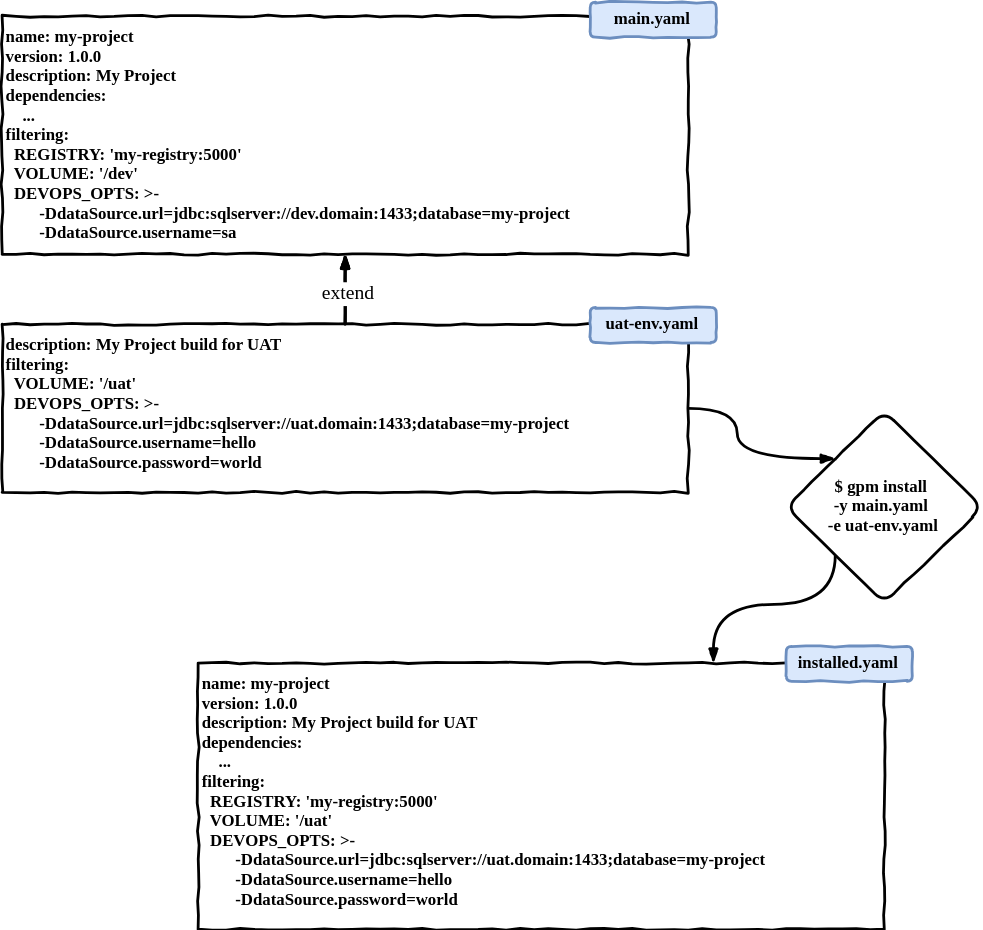
softleader/git-package-manager keeps this draw.io diagram as doc/extend.svg. Above is the earlier version. Source tidied: cells renumbered, new cells last; positions are measured from the earlier drawing's top-left corner, leaving out a move shared by most shapes.
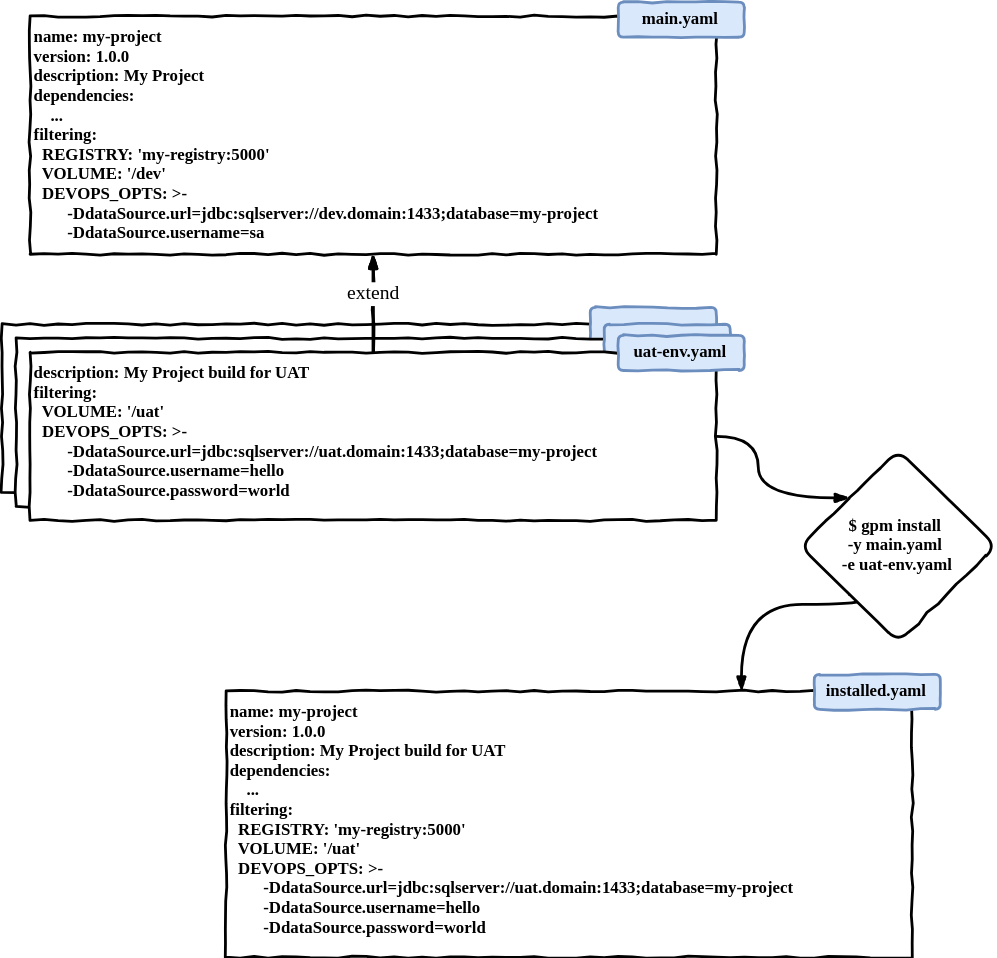
The same file after the commit.

Change to the diagram source:
```diff
@@ -2,19 +2,37 @@
   <root>
     <mxCell id="0" />
     <mxCell id="1" parent="0" />
+    <mxCell id="16" style="group;" parent="1" vertex="1">
+      <mxGeometry x="15" y="218" width="510" height="132" as="geometry" />
+    </mxCell>
+    <mxCell id="17" style="comic=1;strokeWidth=2;fontFamily=Comic Sans MS;fontStyle=1;rounded=0;shadow=0;glass=0;fillColor=#ffffff;gradientColor=none;align=left;verticalAlign=top;" parent="16" vertex="1">
+      <mxGeometry y="12" width="490" height="120" as="geometry" />
+    </mxCell>
+    <mxCell id="18" style="comic=1;strokeWidth=2;fontFamily=Comic Sans MS;fontStyle=1;rounded=1;shadow=0;glass=0;fillColor=#dae8fc;align=center;strokeColor=#6c8ebf;" parent="16" vertex="1">
+      <mxGeometry x="420" width="90" height="25" as="geometry" />
+    </mxCell>
+    <mxCell id="19" style="group;" parent="1" vertex="1">
+      <mxGeometry x="25" y="230" width="510" height="130" as="geometry" />
+    </mxCell>
+    <mxCell id="20" style="comic=1;strokeWidth=2;fontFamily=Comic Sans MS;fontStyle=1;rounded=0;shadow=0;glass=0;fillColor=#ffffff;gradientColor=none;align=left;verticalAlign=top;" parent="19" vertex="1">
+      <mxGeometry y="10" width="490" height="120" as="geometry" />
+    </mxCell>
+    <mxCell id="21" style="comic=1;strokeWidth=2;fontFamily=Comic Sans MS;fontStyle=1;rounded=1;shadow=0;glass=0;fillColor=#dae8fc;align=center;strokeColor=#6c8ebf;" parent="19" vertex="1">
+      <mxGeometry x="420" width="90" height="25" as="geometry" />
+    </mxCell>
     <mxCell id="2" style="edgeStyle=orthogonalEdgeStyle;curved=1;rounded=0;comic=1;html=0;exitX=0;exitY=1;entryX=0.75;entryY=0;startArrow=none;startFill=0;endArrow=blockThin;endFill=1;jettySize=auto;strokeColor=#000000;strokeWidth=2;fontFamily=Helvetica;fontSize=14;fontColor=none;" parent="1" edge="1" source="3" target="5">
       <mxGeometry relative="1" as="geometry">
         <Array as="points">
-          <mxPoint x="595" y="430" />
-          <mxPoint x="508" y="430" />
+          <mxPoint x="630" y="430" />
+          <mxPoint x="543" y="430" />
         </Array>
       </mxGeometry>
     </mxCell>
     <mxCell id="3" value="$ gpm install &#10;-y main.yaml &#10;-e uat-env.yaml" style="rhombus;align=center;comic=1;strokeWidth=2;fontFamily=Comic Sans MS;fontStyle=1;rounded=1;shadow=0;glass=0;fillColor=#ffffff;gradientColor=none;" parent="1" vertex="1">
-      <mxGeometry x="560" y="292" width="140" height="137" as="geometry" />
+      <mxGeometry x="585" y="320" width="140" height="137" as="geometry" />
     </mxCell>
     <mxCell id="4" style="group;" parent="1" vertex="1">
-      <mxGeometry x="140" y="460" width="510" height="202" as="geometry" />
+      <mxGeometry x="175" y="480" width="510" height="202" as="geometry" />
     </mxCell>
     <mxCell id="5" value="name: my-project&#10;version: 1.0.0&#10;description: My Project build for UAT&#10;dependencies:&#10;    ...&#10;filtering:&#10;  REGISTRY: 'my-registry:5000'&#10;  VOLUME: '/uat'&#10;  DEVOPS_OPTS: &gt;-&#10;        -DdataSource.url=jdbc:sqlserver://uat.domain:1433;database=my-project&#10;        -DdataSource.username=hello &#10;        -DdataSource.password=world&#10;&#10;" style="comic=1;strokeWidth=2;fontFamily=Comic Sans MS;fontStyle=1;rounded=0;shadow=0;glass=0;fillColor=#ffffff;gradientColor=none;align=left;verticalAlign=top;" parent="4" vertex="1">
       <mxGeometry y="12" width="490" height="190" as="geometry" />
@@ -32,22 +50,24 @@
       <mxGeometry relative="1" as="geometry" />
     </mxCell>
     <mxCell id="10" value="description: My Project build for UAT&#10;filtering:&#10;  VOLUME: '/uat'&#10;  DEVOPS_OPTS: &gt;-&#10;        -DdataSource.url=jdbc:sqlserver://uat.domain:1433;database=my-project&#10;        -DdataSource.username=hello &#10;        -DdataSource.password=world" style="comic=1;strokeWidth=2;fontFamily=Comic Sans MS;fontStyle=1;rounded=0;shadow=0;glass=0;fillColor=#ffffff;gradientColor=none;align=left;verticalAlign=top;" parent="1" vertex="1">
-      <mxGeometry y="230" width="490" height="120" as="geometry" />
+      <mxGeometry x="35" y="250" width="490" height="120" as="geometry" />
     </mxCell>
     <mxCell id="11" value="name: my-project&#10;version: 1.0.0&#10;description: My Project&#10;dependencies:&#10;    ...&#10;filtering:&#10;  REGISTRY: 'my-registry:5000'&#10;  VOLUME: '/dev'&#10;  DEVOPS_OPTS: &gt;-&#10;        -DdataSource.url=jdbc:sqlserver://dev.domain:1433;database=my-project&#10;        -DdataSource.username=sa&#10;" style="comic=1;strokeWidth=2;fontFamily=Comic Sans MS;fontStyle=1;rounded=0;shadow=0;glass=0;fillColor=#ffffff;gradientColor=none;align=left;verticalAlign=top;" parent="1" vertex="1">
-      <mxGeometry y="10" width="490" height="170" as="geometry" />
+      <mxGeometry x="35" y="10" width="490" height="170" as="geometry" />
     </mxCell>
     <mxCell id="12" style="edgeStyle=none;rounded=0;comic=1;html=0;startArrow=none;startFill=0;endArrow=blockThin;endFill=1;jettySize=auto;strokeColor=#000000;strokeWidth=2;fontFamily=Helvetica;fontSize=14;fontColor=none;" parent="1" edge="1" source="10" target="11">
       <mxGeometry relative="1" as="geometry" />
     </mxCell>
     <mxCell id="13" value="extend" style="text;align=center;verticalAlign=middle;labelBackgroundColor=#ffffff;fontSize=14;fontFamily=Comic Sans MS;fontColor=none;" parent="12" vertex="1">
-      <mxGeometry x="-0.07" y="-2" relative="1" as="geometry" />
+      <mxGeometry x="-0.07" y="-2" relative="1" as="geometry">
+        <mxPoint x="-2" y="-11" as="offset" />
+      </mxGeometry>
     </mxCell>
     <mxCell id="14" value="main.yaml" style="comic=1;strokeWidth=2;fontFamily=Comic Sans MS;fontStyle=1;rounded=1;shadow=0;glass=0;fillColor=#dae8fc;align=center;strokeColor=#6c8ebf;" parent="1" vertex="1">
-      <mxGeometry x="420" width="90" height="25" as="geometry" />
+      <mxGeometry x="455" width="90" height="25" as="geometry" />
     </mxCell>
     <mxCell id="15" value="uat-env.yaml" style="comic=1;strokeWidth=2;fontFamily=Comic Sans MS;fontStyle=1;rounded=1;shadow=0;glass=0;fillColor=#dae8fc;align=center;strokeColor=#6c8ebf;" parent="1" vertex="1">
-      <mxGeometry x="420" y="218" width="90" height="25" as="geometry" />
+      <mxGeometry x="455" y="238" width="90" height="25" as="geometry" />
     </mxCell>
   </root>
 </mxGraphModel>
```
